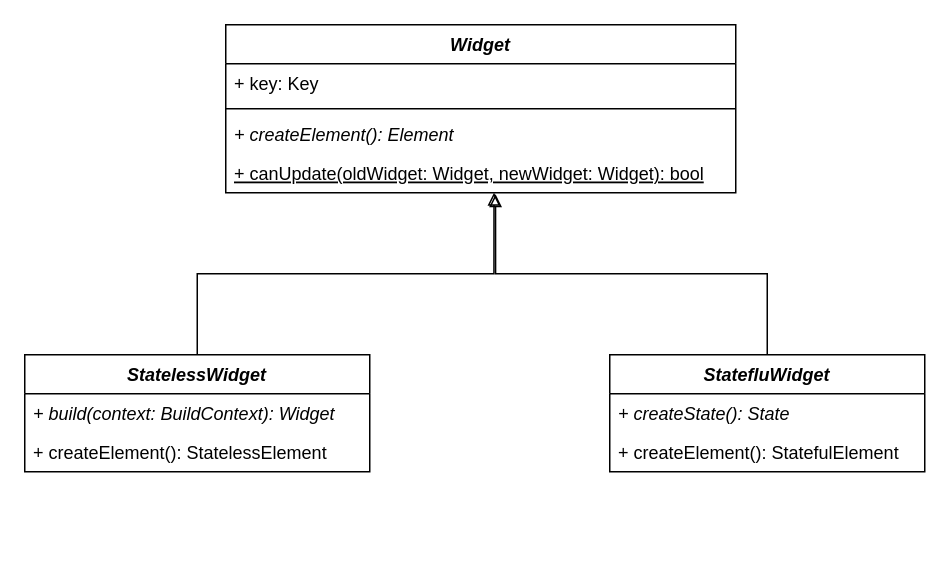
Above: flutter/widget.drawio in rockstore/diagram (draw.io), before the change. Source tidied: cells renumbered, new cells numbered last; positions are measured from the earlier drawing's top-left corner, leaving out a move shared by most shapes. Both pictures are drawn from the tidied source at 150%, with x=0, y=0 at pixel (24, 24).
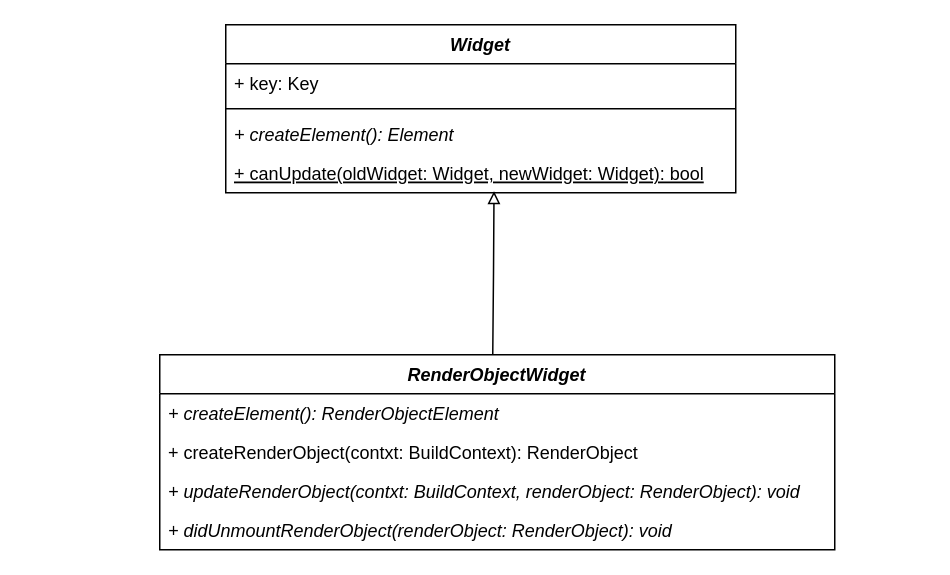
Above is the later version.

What changed in the source:
```diff
@@
 <mxGraphModel>
   <root>
     <mxCell id="0" />
     <mxCell id="1" parent="0" />
     <mxCell id="2" value="Widget" style="swimlane;fontStyle=3;align=center;verticalAlign=top;horizontal=1;startSize=26;glass=0;" parent="1" vertex="1">
       <mxGeometry x="134" width="340" height="112" as="geometry" />
     </mxCell>
     <mxCell id="3" value="+ key: Key" style="text;strokeColor=none;fillColor=none;align=left;verticalAlign=top;spacingLeft=4;spacingRight=4;overflow=hidden;" parent="2" vertex="1">
       <mxGeometry y="26" width="340" height="26" as="geometry" />
     </mxCell>
     <mxCell id="4" style="line;strokeWidth=1;fillColor=none;align=left;verticalAlign=middle;spacingTop=-1;spacingLeft=3;spacingRight=3;labelPosition=right;" parent="2" vertex="1">
       <mxGeometry y="52" width="340" height="8" as="geometry" />
     </mxCell>
     <mxCell id="5" value="+ createElement(): Element" style="text;strokeColor=none;fillColor=none;align=left;verticalAlign=top;spacingLeft=4;spacingRight=4;overflow=hidden;fontStyle=2;" parent="2" vertex="1">
       <mxGeometry y="60" width="340" height="26" as="geometry" />
     </mxCell>
     <mxCell id="6" value="+ canUpdate(oldWidget: Widget, newWidget: Widget): bool" style="text;strokeColor=none;fillColor=none;align=left;verticalAlign=top;spacingLeft=4;spacingRight=4;overflow=hidden;points=[[0,0.5],[1,0.5]];portConstraint=eastwest;fontStyle=4;" parent="2" vertex="1">
       <mxGeometry y="86" width="340" height="26" as="geometry" />
     </mxCell>
-    <mxCell id="7" style="edgeStyle=orthogonalEdgeStyle;rounded=0;jettySize=auto;html=1;exitX=0.5;exitY=0;exitDx=0;exitDy=0;entryX=0.526;entryY=1;entryDx=0;entryDy=0;entryPerimeter=0;endArrow=block;endFill=0;" parent="1" edge="1" source="8" target="6">
-      <mxGeometry relative="1" as="geometry" />
-    </mxCell>
-    <mxCell id="8" value="StatelessWidget" style="swimlane;fontStyle=3;align=center;verticalAlign=top;horizontal=1;startSize=26;glass=0;" parent="1" vertex="1">
-      <mxGeometry y="220" width="230" height="78" as="geometry" />
-    </mxCell>
-    <mxCell id="9" value="+ build(context: BuildContext): Widget" style="text;strokeColor=none;fillColor=none;align=left;verticalAlign=top;spacingLeft=4;spacingRight=4;overflow=hidden;glass=0;fontStyle=2;" parent="8" vertex="1">
-      <mxGeometry y="26" width="230" height="26" as="geometry" />
-    </mxCell>
-    <mxCell id="10" value="+ createElement(): StatelessElement" style="text;strokeColor=none;fillColor=none;align=left;verticalAlign=top;spacingLeft=4;spacingRight=4;overflow=hidden;glass=0;" parent="8" vertex="1">
-      <mxGeometry y="52" width="230" height="26" as="geometry" />
-    </mxCell>
-    <mxCell id="11" style="edgeStyle=orthogonalEdgeStyle;rounded=0;jettySize=auto;html=1;exitX=0.5;exitY=0;exitDx=0;exitDy=0;entryX=0.529;entryY=1.038;entryDx=0;entryDy=0;entryPerimeter=0;endArrow=block;endFill=0;" parent="1" edge="1" source="12" target="6">
-      <mxGeometry relative="1" as="geometry" />
-    </mxCell>
-    <mxCell id="12" value="StatefluWidget" style="swimlane;fontStyle=3;align=center;verticalAlign=top;horizontal=1;startSize=26;glass=0;" parent="1" vertex="1">
-      <mxGeometry x="390" y="220" width="210" height="78" as="geometry" />
-    </mxCell>
-    <mxCell id="13" value="+ createState(): State" style="text;strokeColor=none;fillColor=none;align=left;verticalAlign=top;spacingLeft=4;spacingRight=4;overflow=hidden;glass=0;fontStyle=2;" parent="12" vertex="1">
-      <mxGeometry y="26" width="210" height="26" as="geometry" />
-    </mxCell>
-    <mxCell id="14" value="+ createElement(): StatefulElement" style="text;strokeColor=none;fillColor=none;align=left;verticalAlign=top;spacingLeft=4;spacingRight=4;overflow=hidden;glass=0;" parent="12" vertex="1">
-      <mxGeometry y="52" width="210" height="26" as="geometry" />
-    </mxCell>
+    <mxCell id="15" style="edgeStyle=orthogonalEdgeStyle;rounded=0;jettySize=auto;html=1;exitX=0.5;exitY=0;exitDx=0;exitDy=0;entryX=0.526;entryY=0.962;entryDx=0;entryDy=0;entryPerimeter=0;endArrow=block;endFill=0;" parent="1" edge="1" target="6">
+      <mxGeometry relative="1" as="geometry">
+        <mxPoint x="312" y="220" as="sourcePoint" />
+      </mxGeometry>
+    </mxCell>
+    <mxCell id="16" value="RenderObjectWidget" style="swimlane;fontStyle=3;align=center;verticalAlign=top;horizontal=1;startSize=26;" parent="1" vertex="1">
+      <mxGeometry x="90" y="220" width="450" height="130" as="geometry" />
+    </mxCell>
+    <mxCell id="17" value="+ createElement(): RenderObjectElement" style="text;strokeColor=none;fillColor=none;align=left;verticalAlign=top;spacingLeft=4;spacingRight=4;overflow=hidden;fontStyle=2;" parent="16" vertex="1">
+      <mxGeometry y="26" width="450" height="26" as="geometry" />
+    </mxCell>
+    <mxCell id="18" value="+ createRenderObject(contxt: BuildContext): RenderObject" style="text;strokeColor=none;fillColor=none;align=left;verticalAlign=top;spacingLeft=4;spacingRight=4;overflow=hidden;" parent="16" vertex="1">
+      <mxGeometry y="52" width="450" height="26" as="geometry" />
+    </mxCell>
+    <mxCell id="19" value="+ updateRenderObject(contxt: BuildContext, renderObject: RenderObject): void" style="text;strokeColor=none;fillColor=none;align=left;verticalAlign=top;spacingLeft=4;spacingRight=4;overflow=hidden;fontStyle=2;" parent="16" vertex="1">
+      <mxGeometry y="78" width="450" height="26" as="geometry" />
+    </mxCell>
+    <mxCell id="20" value="+ didUnmountRenderObject(renderObject: RenderObject): void" style="text;strokeColor=none;fillColor=none;align=left;verticalAlign=top;spacingLeft=4;spacingRight=4;overflow=hidden;fontStyle=2;" parent="16" vertex="1">
+      <mxGeometry y="104" width="450" height="26" as="geometry" />
+    </mxCell>
   </root>
 </mxGraphModel>
```
